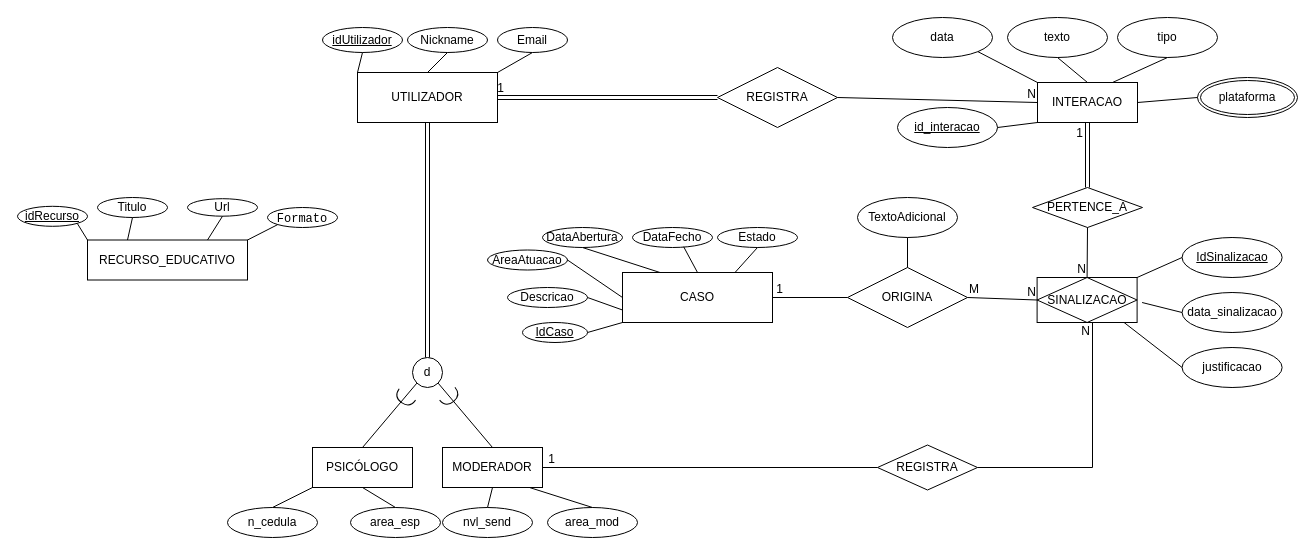
Before: Projeto1.drawio in yorky47/ISI-project1-LEIC33, a draw.io diagram. Source tidied: cells renumbered, new cells numbered last; positions are measured from the earlier drawing's top-left corner, leaving out a move shared by most shapes. Both pictures are drawn from the tidied source at 100%, with x=0, y=0 at pixel (17, 17).
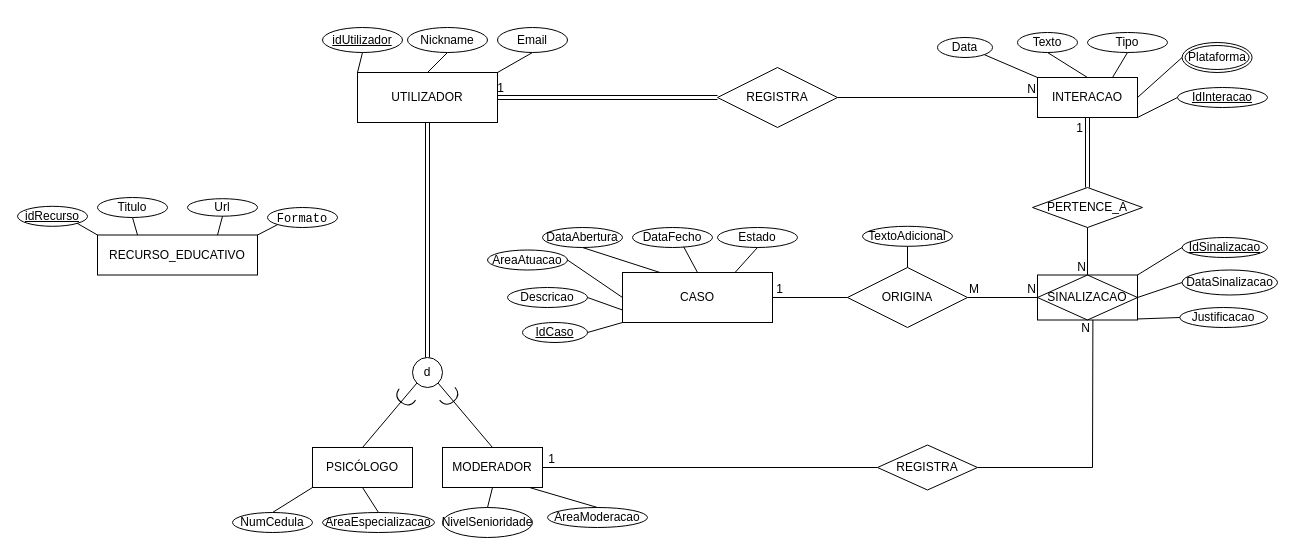
After the change.

Commit message:
Correcao dos atributos e desenho

Change to the diagram source:
```diff
@@
-    <mxCell id="16" value="n_cedula" style="ellipse;whiteSpace=wrap;html=1;align=center;" parent="1" vertex="1">
-      <mxGeometry x="210" y="490" width="90" height="30" as="geometry" />
+    <mxCell id="16" value="NumCedula" style="ellipse;whiteSpace=wrap;html=1;align=center;" parent="1" vertex="1">
+      <mxGeometry x="215" y="495" width="80" height="20" as="geometry" />
     </mxCell>
@@
-    <mxCell id="18" value="area_esp" style="ellipse;whiteSpace=wrap;html=1;align=center;" parent="1" vertex="1">
-      <mxGeometry x="333" y="490" width="90" height="30" as="geometry" />
+    <mxCell id="18" value="AreaEspecializacao" style="ellipse;whiteSpace=wrap;html=1;align=center;" parent="1" vertex="1">
+      <mxGeometry x="305" y="495" width="112" height="20" as="geometry" />
     </mxCell>
@@
-    <mxCell id="20" value="area_mod" style="ellipse;whiteSpace=wrap;html=1;align=center;" parent="1" vertex="1">
-      <mxGeometry x="530" y="490" width="90" height="30" as="geometry" />
+    <mxCell id="20" value="AreaModeracao" style="ellipse;whiteSpace=wrap;html=1;align=center;" parent="1" vertex="1">
+      <mxGeometry x="530" y="490" width="100" height="20" as="geometry" />
     </mxCell>
@@
-    <mxCell id="22" value="nvl_send" style="ellipse;whiteSpace=wrap;html=1;align=center;" parent="1" vertex="1">
+    <mxCell id="22" value="NivelSenioridade" style="ellipse;whiteSpace=wrap;html=1;align=center;" parent="1" vertex="1">
       <mxGeometry x="425" y="490" width="90" height="30" as="geometry" />
     </mxCell>
@@
     <mxCell id="27" value="INTERACAO" style="whiteSpace=wrap;html=1;align=center;" parent="1" vertex="1">
-      <mxGeometry x="1020" y="65" width="100" height="40" as="geometry" />
+      <mxGeometry x="1020" y="60" width="100" height="40" as="geometry" />
     </mxCell>
@@
-    <mxCell id="30" value="data" style="ellipse;whiteSpace=wrap;html=1;align=center;" parent="1" vertex="1">
-      <mxGeometry x="875" width="100" height="40" as="geometry" />
+    <mxCell id="30" value="Data" style="ellipse;whiteSpace=wrap;html=1;align=center;" parent="1" vertex="1">
+      <mxGeometry x="920" y="20" width="55" height="20" as="geometry" />
     </mxCell>
-    <mxCell id="31" value="texto" style="ellipse;whiteSpace=wrap;html=1;align=center;" parent="1" vertex="1">
-      <mxGeometry x="990" width="100" height="40" as="geometry" />
+    <mxCell id="31" value="Texto" style="ellipse;whiteSpace=wrap;html=1;align=center;" parent="1" vertex="1">
+      <mxGeometry x="1000" y="15" width="60" height="20" as="geometry" />
     </mxCell>
-    <mxCell id="32" value="tipo" style="ellipse;whiteSpace=wrap;html=1;align=center;" parent="1" vertex="1">
-      <mxGeometry x="1100" width="100" height="40" as="geometry" />
+    <mxCell id="32" value="Tipo" style="ellipse;whiteSpace=wrap;html=1;align=center;" parent="1" vertex="1">
+      <mxGeometry x="1070" y="15" width="80" height="20" as="geometry" />
     </mxCell>
@@
-    <mxCell id="36" value="plataforma" style="ellipse;shape=doubleEllipse;margin=3;whiteSpace=wrap;html=1;align=center;" parent="1" vertex="1">
-      <mxGeometry x="1180" y="60" width="100" height="40" as="geometry" />
+    <mxCell id="36" value="Plataforma" style="ellipse;shape=doubleEllipse;margin=3;whiteSpace=wrap;html=1;align=center;" parent="1" vertex="1">
+      <mxGeometry x="1164.6" y="25" width="70" height="30" as="geometry" />
     </mxCell>
@@
-    <mxCell id="38" value="id_interacao" style="ellipse;whiteSpace=wrap;html=1;align=center;fontStyle=4;" parent="1" vertex="1">
-      <mxGeometry x="880" y="90" width="100" height="40" as="geometry" />
+    <mxCell id="38" value="IdInteracao" style="ellipse;whiteSpace=wrap;html=1;align=center;fontStyle=4;" parent="1" vertex="1">
+      <mxGeometry x="1160" y="70" width="90" height="20" as="geometry" />
     </mxCell>
-    <mxCell id="39" style="endArrow=none;html=1;rounded=0;entryX=0;entryY=1;entryDx=0;entryDy=0;exitX=1;exitY=0.5;exitDx=0;exitDy=0;" parent="1" edge="1" source="38" target="27">
+    <mxCell id="39" style="endArrow=none;html=1;rounded=0;exitX=0;exitY=0.5;exitDx=0;exitDy=0;entryX=1;entryY=1;entryDx=0;entryDy=0;" parent="1" edge="1" source="38" target="27">
       <mxGeometry relative="1" as="geometry" />
     </mxCell>
-    <mxCell id="40" value="data_sinalizacao" style="ellipse;whiteSpace=wrap;html=1;align=center;" parent="1" vertex="1">
-      <mxGeometry x="1164.6" y="275" width="100" height="40" as="geometry" />
+    <mxCell id="40" value="DataSinalizacao" style="ellipse;whiteSpace=wrap;html=1;align=center;" parent="1" vertex="1">
+      <mxGeometry x="1164.6" y="252.5" width="95.4" height="25" as="geometry" />
     </mxCell>
-    <mxCell id="41" value="justificacao" style="ellipse;whiteSpace=wrap;html=1;align=center;" parent="1" vertex="1">
-      <mxGeometry x="1164.6" y="330" width="100" height="40" as="geometry" />
+    <mxCell id="41" value="Justificacao" style="ellipse;whiteSpace=wrap;html=1;align=center;" parent="1" vertex="1">
+      <mxGeometry x="1162.3" y="290" width="87.7" height="20" as="geometry" />
     </mxCell>
@@
-    <mxCell id="43" style="endArrow=none;html=1;rounded=0;exitX=0;exitY=0.5;exitDx=0;exitDy=0;entryX=1;entryY=0.5;entryDx=0;entryDy=0;" parent="1" edge="1" source="40">
+    <mxCell id="43" style="endArrow=none;html=1;rounded=0;exitX=0;exitY=0.5;exitDx=0;exitDy=0;" parent="1" edge="1" source="40">
       <mxGeometry relative="1" as="geometry">
-        <mxPoint x="1124.6" y="285" as="targetPoint" />
+        <mxPoint x="1120" y="280" as="targetPoint" />
       </mxGeometry>
     </mxCell>
@@
     <mxCell id="57" value="SINALIZACAO" style="shape=associativeEntity;whiteSpace=wrap;html=1;align=center;" parent="1" vertex="1">
-      <mxGeometry x="1019.6" y="260" width="100" height="45" as="geometry" />
+      <mxGeometry x="1020" y="257.5" width="100" height="45" as="geometry" />
     </mxCell>
     <mxCell id="58" value="IdSinalizacao" style="ellipse;whiteSpace=wrap;html=1;align=center;fontStyle=4;" parent="1" vertex="1">
-      <mxGeometry x="1164.6" y="220" width="100" height="40" as="geometry" />
+      <mxGeometry x="1164.6" y="220" width="85.4" height="20" as="geometry" />
     </mxCell>
@@
     <mxCell id="73" value="Texto&lt;span style=&quot;background-color: transparent; color: light-dark(rgb(0, 0, 0), rgb(255, 255, 255));&quot;&gt;Adicional&lt;/span&gt;" style="ellipse;whiteSpace=wrap;html=1;align=center;" parent="1" vertex="1">
-      <mxGeometry x="840" y="180" width="100" height="40" as="geometry" />
+      <mxGeometry x="845" y="208.8" width="90" height="20" as="geometry" />
     </mxCell>
@@
     <mxCell id="78" value="RECURSO_EDUCATIVO" style="whiteSpace=wrap;html=1;align=center;" parent="1" vertex="1">
-      <mxGeometry x="70" y="222.5" width="160" height="40" as="geometry" />
+      <mxGeometry x="80" y="217.5" width="160" height="40" as="geometry" />
     </mxCell>
```
